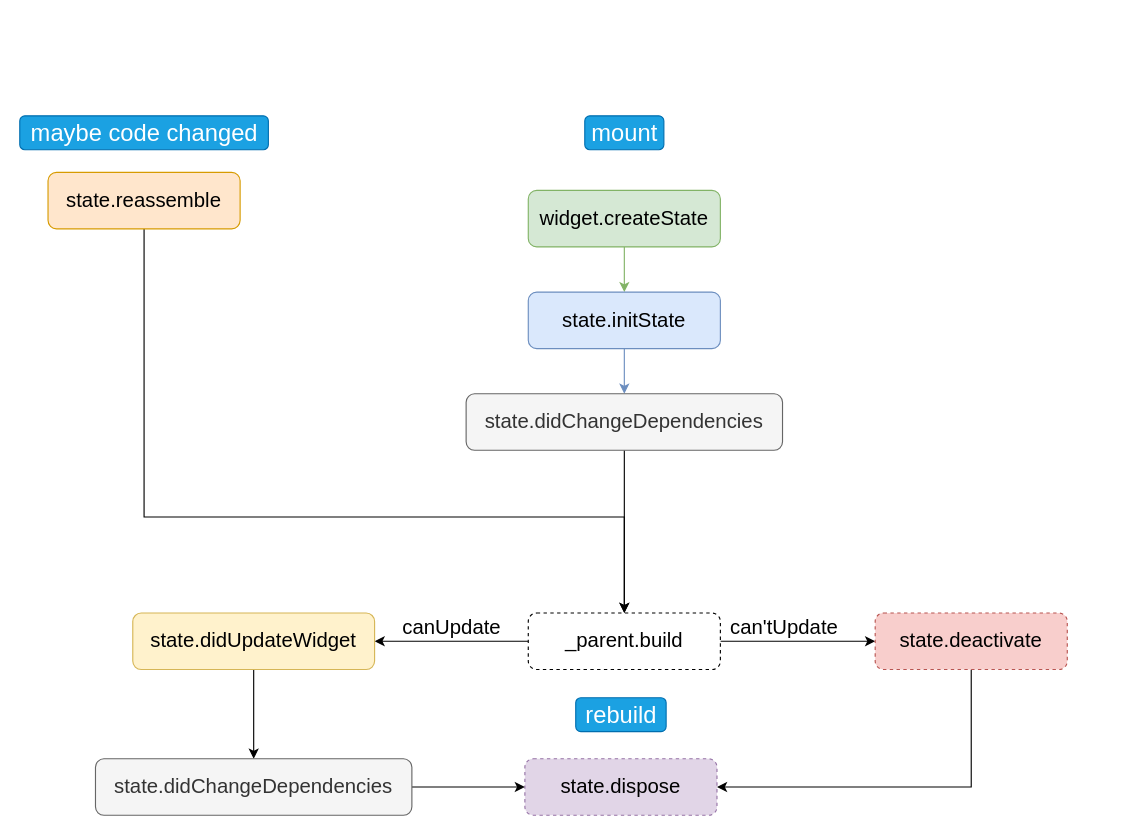
Earlier version of the draw.io diagram t.drawio (jinjilynn/flutter_tour). Source tidied: cells renumbered, new cells numbered last; positions are measured from the earlier drawing's top-left corner, leaving out a move shared by most shapes. Both pictures are drawn from the tidied source at 113%, with x=0, y=0 at pixel (19, 115).
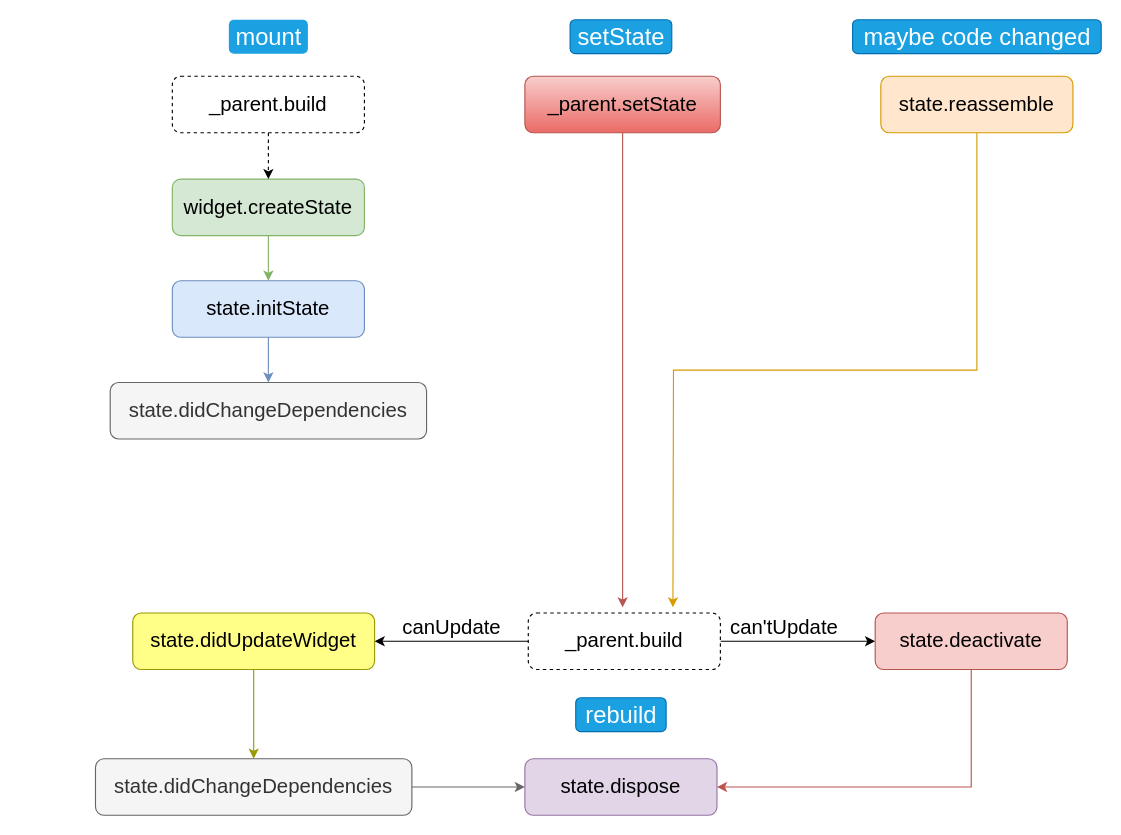
After the change.

The change refers to these unchanged cells:
```xml
<mxCell id="12" value="&lt;span style=&quot;font-size: 18px&quot;&gt;_parent.build&lt;/span&gt;" style="rounded=1;whiteSpace=wrap;html=1;dashed=1;" parent="1" vertex="1">
  <mxGeometry x="450" y="440" width="170" height="50" as="geometry" />
</mxCell>
<mxCell id="23" value="&lt;span style=&quot;font-size: 18px&quot;&gt;state.didChangeDependencies&lt;/span&gt;" style="rounded=1;whiteSpace=wrap;html=1;fillColor=#f5f5f5;strokeColor=#666666;fontColor=#333333;" parent="1" vertex="1">
  <mxGeometry x="67" y="569" width="280" height="50" as="geometry" />
</mxCell>
```

Change to the diagram source:
```diff
@@
-    <mxCell id="2" style="edgeStyle=orthogonalEdgeStyle;rounded=0;jettySize=auto;html=1;exitX=0.5;exitY=1;exitDx=0;exitDy=0;entryX=0.5;entryY=0;entryDx=0;entryDy=0;fontSize=21;fillColor=#d5e8d4;strokeColor=#82b366;" parent="1" edge="1" source="3" target="5">
-      <mxGeometry relative="1" as="geometry" />
-    </mxCell>
+    <mxCell id="24" style="edgeStyle=orthogonalEdgeStyle;rounded=0;jettySize=auto;html=1;exitX=0.5;exitY=1;exitDx=0;exitDy=0;entryX=0.5;entryY=0;entryDx=0;entryDy=0;fontSize=21;fillColor=#d5e8d4;strokeColor=#82b366;" parent="1" edge="1" source="3" target="5">
+      <mxGeometry relative="1" as="geometry" />
+    </mxCell>
     <mxCell id="3" value="&lt;font style=&quot;font-size: 18px&quot;&gt;widget.createState&lt;/font&gt;" style="rounded=1;whiteSpace=wrap;html=1;fillColor=#d5e8d4;strokeColor=#82b366;" parent="1" vertex="1">
-      <mxGeometry x="450" y="66" width="170" height="50" as="geometry" />
+      <mxGeometry x="135" y="56" width="170" height="50" as="geometry" />
     </mxCell>
@@
     <mxCell id="5" value="&lt;span style=&quot;font-size: 18px&quot;&gt;state.initState&lt;/span&gt;" style="rounded=1;whiteSpace=wrap;html=1;fillColor=#dae8fc;strokeColor=#6c8ebf;" parent="1" vertex="1">
-      <mxGeometry x="450" y="156" width="170" height="50" as="geometry" />
+      <mxGeometry x="135" y="146" width="170" height="50" as="geometry" />
     </mxCell>
-    <mxCell id="6" style="edgeStyle=orthogonalEdgeStyle;rounded=0;jettySize=auto;html=1;exitX=0.5;exitY=1;exitDx=0;exitDy=0;fontSize=21;fillColor=#f5f5f5;strokeColor=#000000;" parent="1" edge="1" source="7" target="12">
-      <mxGeometry relative="1" as="geometry" />
-    </mxCell>
     <mxCell id="7" value="&lt;span style=&quot;font-size: 18px&quot;&gt;state.didChangeDependencies&lt;/span&gt;" style="rounded=1;whiteSpace=wrap;html=1;fillColor=#f5f5f5;strokeColor=#666666;fontColor=#333333;" parent="1" vertex="1">
-      <mxGeometry x="395" y="246" width="280" height="50" as="geometry" />
+      <mxGeometry x="80" y="236" width="280" height="50" as="geometry" />
     </mxCell>
-    <mxCell id="8" style="edgeStyle=orthogonalEdgeStyle;rounded=0;jettySize=auto;html=1;exitX=0.5;exitY=1;exitDx=0;exitDy=0;entryX=0.5;entryY=0;entryDx=0;entryDy=0;fontSize=21;" parent="1" edge="1" source="9" target="12">
-      <mxGeometry relative="1" as="geometry">
-        <Array as="points">
-          <mxPoint x="110" y="355" />
-          <mxPoint x="535" y="355" />
-        </Array>
-      </mxGeometry>
-    </mxCell>
+    <mxCell id="25" style="edgeStyle=orthogonalEdgeStyle;rounded=0;jettySize=auto;html=1;exitX=0.5;exitY=1;exitDx=0;exitDy=0;strokeColor=#d79b00;fontSize=21;fillColor=#ffe6cc;" parent="1" edge="1" source="9">
+      <mxGeometry relative="1" as="geometry">
+        <mxPoint x="578" y="435" as="targetPoint" />
+      </mxGeometry>
+    </mxCell>
     <mxCell id="9" value="&lt;span style=&quot;font-size: 18px&quot;&gt;state.&lt;/span&gt;&lt;span style=&quot;font-size: 18px&quot;&gt;reassemble&lt;/span&gt;" style="rounded=1;whiteSpace=wrap;html=1;fillColor=#ffe6cc;strokeColor=#d79b00;" parent="1" vertex="1">
-      <mxGeometry x="25" y="50" width="170" height="50" as="geometry" />
+      <mxGeometry x="762" y="-35" width="170" height="50" as="geometry" />
     </mxCell>
@@
-    <mxCell id="11" style="edgeStyle=orthogonalEdgeStyle;rounded=0;jettySize=auto;html=1;" parent="1" edge="1" source="12">
-      <mxGeometry relative="1" as="geometry">
-        <mxPoint x="757" y="465" as="targetPoint" />
-      </mxGeometry>
-    </mxCell>
+    <mxCell id="26" style="edgeStyle=orthogonalEdgeStyle;rounded=0;jettySize=auto;html=1;" parent="1" edge="1" source="12">
+      <mxGeometry relative="1" as="geometry">
+        <mxPoint x="757" y="465" as="targetPoint" />
+      </mxGeometry>
+    </mxCell>
@@
-    <mxCell id="13" style="edgeStyle=orthogonalEdgeStyle;rounded=0;jettySize=auto;html=1;exitX=0.5;exitY=1;exitDx=0;exitDy=0;entryX=0.5;entryY=0;entryDx=0;entryDy=0;fontSize=21;" parent="1" edge="1" source="14" target="23">
+    <mxCell id="13" style="edgeStyle=orthogonalEdgeStyle;rounded=0;jettySize=auto;html=1;exitX=0.5;exitY=1;exitDx=0;exitDy=0;entryX=0.5;entryY=0;entryDx=0;entryDy=0;fontSize=21;fillColor=#ffff88;strokeColor=#999900;" parent="1" edge="1" source="14" target="23">
       <mxGeometry relative="1" as="geometry" />
     </mxCell>
-    <mxCell id="14" value="&lt;span style=&quot;font-size: 18px&quot;&gt;state.didUpdateWidget&lt;/span&gt;" style="rounded=1;whiteSpace=wrap;html=1;fillColor=#fff2cc;strokeColor=#d6b656;" parent="1" vertex="1">
+    <mxCell id="14" value="&lt;span style=&quot;font-size: 18px&quot;&gt;state.didUpdateWidget&lt;/span&gt;" style="rounded=1;whiteSpace=wrap;html=1;fillColor=#ffff88;strokeColor=#999900;" parent="1" vertex="1">
       <mxGeometry x="100" y="440" width="214" height="50" as="geometry" />
     </mxCell>
@@
-    <mxCell id="17" style="edgeStyle=orthogonalEdgeStyle;rounded=0;jettySize=auto;html=1;exitX=0.5;exitY=1;exitDx=0;exitDy=0;entryX=1;entryY=0.5;entryDx=0;entryDy=0;" parent="1" edge="1" source="18" target="19">
+    <mxCell id="17" style="edgeStyle=orthogonalEdgeStyle;rounded=0;jettySize=auto;html=1;exitX=0.5;exitY=1;exitDx=0;exitDy=0;entryX=1;entryY=0.5;entryDx=0;entryDy=0;fillColor=#f8cecc;strokeColor=#b85450;" parent="1" edge="1" source="18" target="19">
       <mxGeometry relative="1" as="geometry" />
     </mxCell>
-    <mxCell id="18" value="&lt;span style=&quot;font-size: 18px&quot;&gt;state.deactivate&lt;/span&gt;" style="rounded=1;whiteSpace=wrap;html=1;dashed=1;fillColor=#f8cecc;strokeColor=#b85450;" parent="1" vertex="1">
+    <mxCell id="18" value="&lt;span style=&quot;font-size: 18px&quot;&gt;state.deactivate&lt;/span&gt;" style="rounded=1;whiteSpace=wrap;html=1;fillColor=#f8cecc;strokeColor=#b85450;" parent="1" vertex="1">
       <mxGeometry x="757" y="440" width="170" height="50" as="geometry" />
     </mxCell>
-    <mxCell id="19" value="&lt;span style=&quot;font-size: 18px&quot;&gt;state.dispose&lt;/span&gt;" style="rounded=1;whiteSpace=wrap;html=1;dashed=1;fillColor=#e1d5e7;strokeColor=#9673a6;" parent="1" vertex="1">
+    <mxCell id="19" value="&lt;span style=&quot;font-size: 18px&quot;&gt;state.dispose&lt;/span&gt;" style="rounded=1;whiteSpace=wrap;html=1;fillColor=#e1d5e7;strokeColor=#9673a6;" parent="1" vertex="1">
       <mxGeometry x="447" y="569" width="170" height="50" as="geometry" />
     </mxCell>
-    <mxCell id="20" value="&lt;font style=&quot;font-size: 21px;&quot;&gt;mount&lt;/font&gt;" style="text;html=1;align=center;verticalAlign=middle;fillColor=#1ba1e2;strokeColor=#006EAF;fontColor=#ffffff;rounded=1;fontSize=21;" parent="1" vertex="1">
-      <mxGeometry x="500" width="70" height="30" as="geometry" />
+    <mxCell id="20" value="&lt;font style=&quot;font-size: 21px;&quot;&gt;mount&lt;/font&gt;" style="text;html=1;align=center;verticalAlign=middle;fillColor=#1ba1e2;strokeColor=none;fontColor=#ffffff;rounded=1;fontSize=21;" parent="1" vertex="1">
+      <mxGeometry x="185" y="-85" width="70" height="30" as="geometry" />
     </mxCell>
     <mxCell id="21" value="&lt;font style=&quot;font-size: 21px;&quot;&gt;maybe code changed&lt;/font&gt;" style="text;html=1;align=center;verticalAlign=middle;fillColor=#1ba1e2;strokeColor=#006EAF;fontColor=#ffffff;rounded=1;fontSize=21;" parent="1" vertex="1">
-      <mxGeometry width="220" height="30" as="geometry" />
+      <mxGeometry x="737" y="-85" width="220" height="30" as="geometry" />
     </mxCell>
-    <mxCell id="22" style="edgeStyle=orthogonalEdgeStyle;rounded=0;jettySize=auto;html=1;exitX=1;exitY=0.5;exitDx=0;exitDy=0;entryX=0;entryY=0.5;entryDx=0;entryDy=0;fontSize=21;" parent="1" edge="1" source="23" target="19">
+    <mxCell id="22" style="edgeStyle=orthogonalEdgeStyle;rounded=0;jettySize=auto;html=1;exitX=1;exitY=0.5;exitDx=0;exitDy=0;entryX=0;entryY=0.5;entryDx=0;entryDy=0;fontSize=21;fillColor=#f5f5f5;strokeColor=#666666;" parent="1" edge="1" source="23" target="19">
       <mxGeometry relative="1" as="geometry" />
     </mxCell>
@@
-    <mxCell id="24" value="&lt;font style=&quot;font-size: 21px&quot;&gt;rebuild&lt;/font&gt;" style="text;html=1;align=center;verticalAlign=middle;fillColor=#1ba1e2;strokeColor=#006EAF;fontColor=#ffffff;rounded=1;fontSize=21;" parent="1" vertex="1">
-      <mxGeometry x="492" y="515" width="80" height="30" as="geometry" />
-    </mxCell>
+    <mxCell id="27" value="&lt;font style=&quot;font-size: 21px&quot;&gt;rebuild&lt;/font&gt;" style="text;html=1;align=center;verticalAlign=middle;fillColor=#1ba1e2;strokeColor=#006EAF;fontColor=#ffffff;rounded=1;fontSize=21;" parent="1" vertex="1">
+      <mxGeometry x="492" y="515" width="80" height="30" as="geometry" />
+    </mxCell>
+    <mxCell id="28" style="edgeStyle=orthogonalEdgeStyle;rounded=0;jettySize=auto;html=1;exitX=0.5;exitY=1;exitDx=0;exitDy=0;entryX=0.5;entryY=0;entryDx=0;entryDy=0;strokeColor=#000000;fontSize=21;dashed=1;" parent="1" edge="1" source="29" target="3">
+      <mxGeometry relative="1" as="geometry" />
+    </mxCell>
+    <mxCell id="29" value="&lt;span style=&quot;font-size: 18px&quot;&gt;_parent.build&lt;/span&gt;" style="rounded=1;whiteSpace=wrap;html=1;dashed=1;" parent="1" vertex="1">
+      <mxGeometry x="135" y="-35" width="170" height="50" as="geometry" />
+    </mxCell>
+    <mxCell id="30" style="edgeStyle=orthogonalEdgeStyle;rounded=0;jettySize=auto;html=1;exitX=0.5;exitY=1;exitDx=0;exitDy=0;strokeColor=#b85450;fontSize=21;fillColor=#f8cecc;gradientColor=#ea6b66;" parent="1" edge="1" source="31">
+      <mxGeometry relative="1" as="geometry">
+        <mxPoint x="533.5" y="435" as="targetPoint" />
+      </mxGeometry>
+    </mxCell>
+    <mxCell id="31" value="&lt;span style=&quot;font-size: 18px&quot;&gt;_parent.setState&lt;/span&gt;" style="rounded=1;whiteSpace=wrap;html=1;fillColor=#f8cecc;strokeColor=#b85450;gradientColor=#ea6b66;" parent="1" vertex="1">
+      <mxGeometry x="447" y="-35" width="173" height="50" as="geometry" />
+    </mxCell>
+    <mxCell id="32" value="&lt;font style=&quot;font-size: 21px&quot;&gt;setState&lt;/font&gt;" style="text;html=1;align=center;verticalAlign=middle;fillColor=#1ba1e2;strokeColor=#006EAF;fontColor=#ffffff;rounded=1;fontSize=21;" parent="1" vertex="1">
+      <mxGeometry x="487" y="-85" width="90" height="30" as="geometry" />
+    </mxCell>
```
